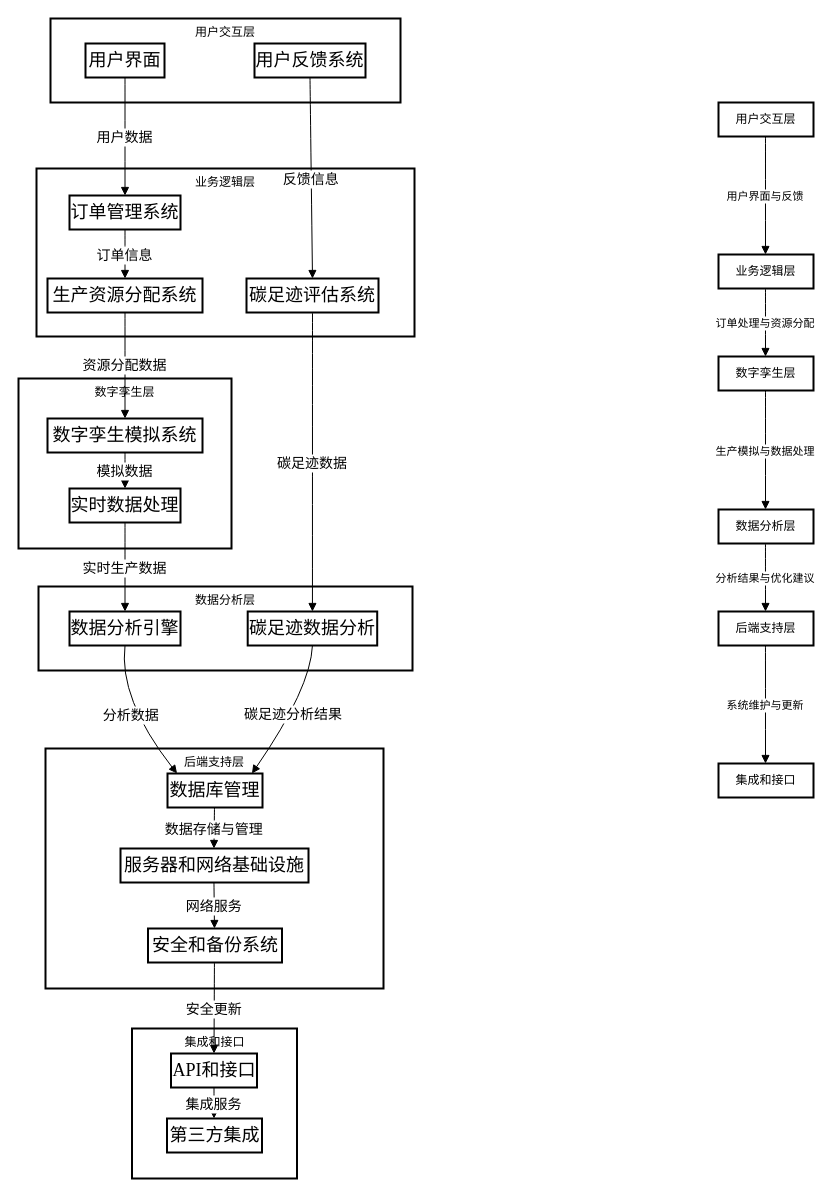
LFNing/General keeps this draw.io diagram as BB架构图.drawio. Above is the earlier version. Source tidied: cells renumbered, new cells numbered last; positions are measured from the earlier drawing's top-left corner, leaving out a move shared by most shapes. Both pictures are drawn from the tidied source at 100%, with x=0, y=0 at pixel (18, 18).
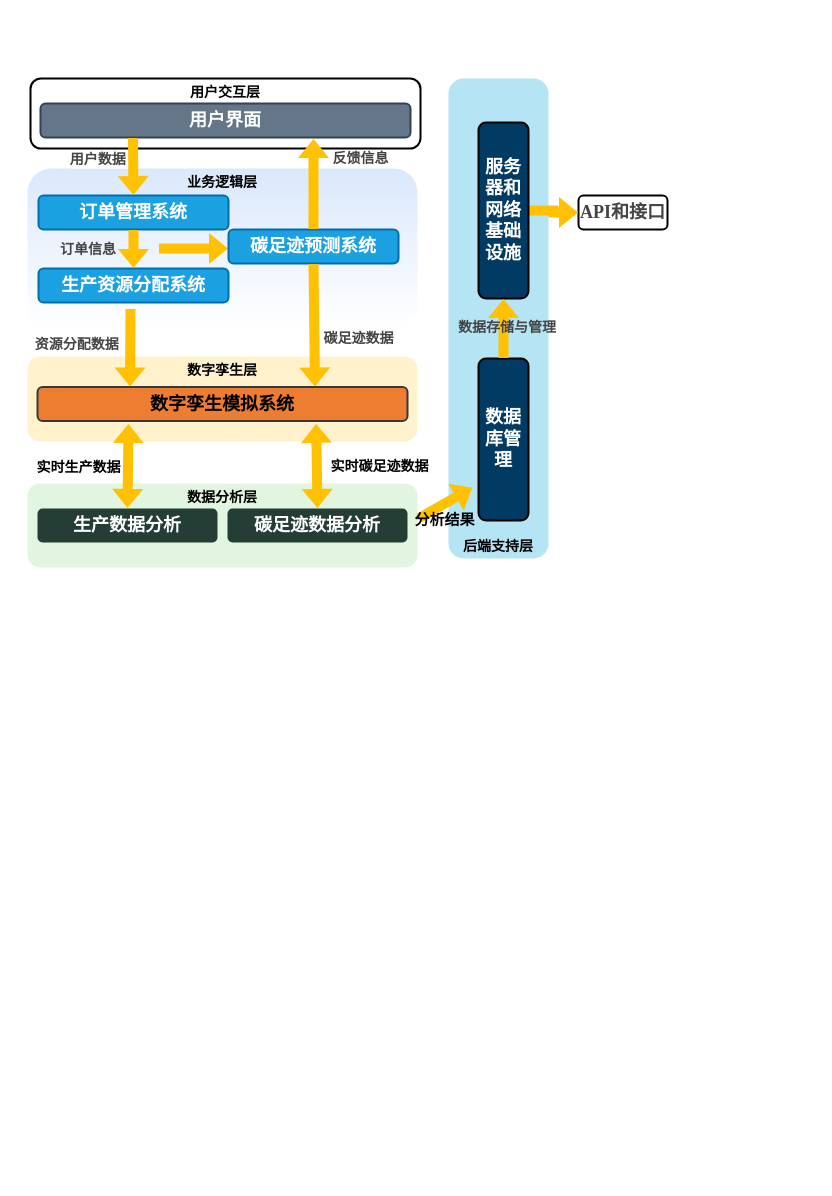
After the change.

Commit message:
更新BB架构图.drawio

What changed in the source:
```diff
@@
-    <mxCell id="2" value="集成和接口" style="whiteSpace=wrap;strokeWidth=2;verticalAlign=top;" parent="1" vertex="1">
-      <mxGeometry x="113.5" y="1010" width="165" height="150" as="geometry" />
-    </mxCell>
-    <mxCell id="3" value="API和接口" style="whiteSpace=wrap;strokeWidth=2;fontSize=18;fontFamily=Times New Roman;" parent="1" vertex="1">
-      <mxGeometry x="152.5" y="1035" width="86" height="34" as="geometry" />
+    <mxCell id="3" value="API和接口" style="whiteSpace=wrap;strokeWidth=2;fontSize=18;fontFamily=Times New Roman;fontColor=#444444;rounded=1;fontStyle=1;" parent="1" vertex="1">
+      <mxGeometry x="560" y="177" width="89" height="34" as="geometry" />
     </mxCell>
-    <mxCell id="4" value="第三方集成" style="whiteSpace=wrap;strokeWidth=2;fontSize=18;fontFamily=Times New Roman;" parent="1" vertex="1">
-      <mxGeometry x="148.5" y="1100" width="95" height="34" as="geometry" />
-    </mxCell>
-    <mxCell id="5" value="后端支持层" style="whiteSpace=wrap;strokeWidth=2;verticalAlign=top;" parent="1" vertex="1">
-      <mxGeometry x="27" y="730" width="338" height="240" as="geometry" />
+    <mxCell id="5" value="后端支持层" style="whiteSpace=wrap;strokeWidth=2;verticalAlign=bottom;fontFamily=Times New Roman;fontSize=14;rounded=1;fontStyle=1;fillColor=#B5E5F5;strokeColor=none;" parent="1" vertex="1">
+      <mxGeometry x="430" y="60" width="100" height="480" as="geometry" />
     </mxCell>
-    <mxCell id="6" value="数据库管理" style="whiteSpace=wrap;strokeWidth=2;fontSize=18;fontFamily=Times New Roman;" parent="1" vertex="1">
-      <mxGeometry x="149" y="755" width="95" height="34" as="geometry" />
+    <mxCell id="6" value="数据库管理" style="whiteSpace=wrap;strokeWidth=2;fontSize=18;fontFamily=Times New Roman;fontColor=#FFFFFF;rounded=1;fontStyle=1;fillColor=#013a63;" parent="1" vertex="1">
+      <mxGeometry x="460" y="340" width="50" height="162" as="geometry" />
     </mxCell>
+    <mxCell id="46" style="edgeStyle=orthogonalEdgeStyle;rounded=0;jettySize=auto;html=1;fontFamily=Times New Roman;fontColor=#444444;fontStyle=1;shape=flexArrow;endArrow=block;fontSize=14;strokeColor=none;startArrow=none;fillColor=#ffc101;" parent="1" edge="1" source="7" target="3">
+      <mxGeometry relative="1" as="geometry" />
+    </mxCell>
-    <mxCell id="7" value="服务器和网络基础设施" style="whiteSpace=wrap;strokeWidth=2;fontSize=18;fontFamily=Times New Roman;" parent="1" vertex="1">
-      <mxGeometry x="102" y="830" width="188" height="34" as="geometry" />
+    <mxCell id="7" value="服务器和网络基础设施" style="whiteSpace=wrap;strokeWidth=2;fontSize=18;fontFamily=Times New Roman;fontColor=#FFFFFF;rounded=1;fontStyle=1;fillColor=#013a63;" parent="1" vertex="1">
+      <mxGeometry x="460" y="104" width="50" height="176" as="geometry" />
     </mxCell>
-    <mxCell id="8" value="安全和备份系统" style="whiteSpace=wrap;strokeWidth=2;fontSize=18;fontFamily=Times New Roman;" parent="1" vertex="1">
-      <mxGeometry x="129.5" y="910" width="134" height="34" as="geometry" />
-    </mxCell>
-    <mxCell id="9" value="数据分析层" style="whiteSpace=wrap;strokeWidth=2;verticalAlign=top;" parent="1" vertex="1">
-      <mxGeometry x="20" y="568" width="374" height="84" as="geometry" />
+    <mxCell id="9" value="数据分析层" style="whiteSpace=wrap;strokeWidth=2;verticalAlign=top;fontFamily=Times New Roman;fontSize=14;rounded=1;shadow=0;glass=0;fillColor=#E1F5E0;strokeColor=none;fontStyle=1;" parent="1" vertex="1">
+      <mxGeometry x="9" y="464.9" width="390" height="84" as="geometry" />
     </mxCell>
-    <mxCell id="10" value="数据分析引擎" style="whiteSpace=wrap;strokeWidth=2;fontSize=18;fontFamily=Times New Roman;" parent="1" vertex="1">
-      <mxGeometry x="51" y="593" width="111" height="34" as="geometry" />
+    <mxCell id="10" value="生产数据分析" style="whiteSpace=wrap;strokeWidth=2;fontSize=18;fontFamily=Times New Roman;fontColor=#FFFFFF;rounded=1;fillColor=#243e36;strokeColor=none;fontStyle=1;" parent="1" vertex="1">
+      <mxGeometry x="19" y="489.9" width="180" height="34" as="geometry" />
     </mxCell>
-    <mxCell id="11" value="碳足迹数据分析" style="whiteSpace=wrap;strokeWidth=2;fontSize=18;fontFamily=Times New Roman;" parent="1" vertex="1">
-      <mxGeometry x="229.2" y="593" width="129.5" height="34" as="geometry" />
+    <mxCell id="11" value="碳足迹数据分析" style="whiteSpace=wrap;strokeWidth=2;fontSize=18;fontFamily=Times New Roman;fontColor=#FFFFFF;rounded=1;fillColor=#243e36;strokeColor=none;fontStyle=1;" parent="1" vertex="1">
+      <mxGeometry x="209" y="489.9" width="180" height="34" as="geometry" />
     </mxCell>
-    <mxCell id="12" value="数字孪生层" style="whiteSpace=wrap;strokeWidth=2;verticalAlign=top;" parent="1" vertex="1">
-      <mxGeometry y="360" width="213" height="170" as="geometry" />
+    <mxCell id="12" value="数字孪生层" style="whiteSpace=wrap;strokeWidth=2;verticalAlign=top;fontFamily=Times New Roman;fontSize=14;rounded=1;fillColor=#fff2cc;strokeColor=none;fontStyle=1;" parent="1" vertex="1">
+      <mxGeometry x="9" y="338" width="390" height="85" as="geometry" />
     </mxCell>
-    <mxCell id="13" value="数字孪生模拟系统" style="whiteSpace=wrap;strokeWidth=2;fontSize=18;fontFamily=Times New Roman;" parent="1" vertex="1">
-      <mxGeometry x="29" y="400" width="155" height="34" as="geometry" />
+    <mxCell id="13" value="数字孪生模拟系统" style="whiteSpace=wrap;strokeWidth=2;fontSize=18;fontFamily=Times New Roman;rounded=1;fillColor=#ed7d31;strokeColor=#36393d;fontStyle=1;" parent="1" vertex="1">
+      <mxGeometry x="19" y="368.5" width="370" height="34" as="geometry" />
     </mxCell>
-    <mxCell id="14" value="实时数据处理" style="whiteSpace=wrap;strokeWidth=2;fontSize=18;fontFamily=Times New Roman;" parent="1" vertex="1">
-      <mxGeometry x="51" y="470" width="111" height="34" as="geometry" />
-    </mxCell>
-    <mxCell id="15" value="业务逻辑层" style="whiteSpace=wrap;strokeWidth=2;verticalAlign=top;" parent="1" vertex="1">
-      <mxGeometry x="18" y="150" width="378" height="168" as="geometry" />
+    <mxCell id="15" value="业务逻辑层" style="whiteSpace=wrap;strokeWidth=2;verticalAlign=top;fontFamily=Times New Roman;fontSize=14;rounded=1;fillColor=#dae8fc;strokeColor=none;fontStyle=1;gradientColor=#FFFFFF;" parent="1" vertex="1">
+      <mxGeometry x="9" y="150" width="390" height="160" as="geometry" />
     </mxCell>
+    <mxCell id="47" style="rounded=0;orthogonalLoop=1;jettySize=auto;html=1;fontColor=#444444;fontStyle=1;labelBackgroundColor=default;endArrow=block;fontSize=14;fontFamily=Times New Roman;startArrow=none;shape=flexArrow;strokeColor=none;fillColor=#ffc101;" parent="1" edge="1">
+      <mxGeometry relative="1" as="geometry">
+        <mxPoint x="140" y="230" as="sourcePoint" />
+        <mxPoint x="210" y="230" as="targetPoint" />
+      </mxGeometry>
+    </mxCell>
-    <mxCell id="16" value="订单管理系统" style="whiteSpace=wrap;strokeWidth=2;fontSize=18;fontFamily=Times New Roman;" parent="1" vertex="1">
-      <mxGeometry x="51" y="177" width="111" height="34" as="geometry" />
+    <mxCell id="16" value="订单管理系统" style="whiteSpace=wrap;strokeWidth=2;fontSize=18;fontFamily=Times New Roman;rounded=1;fillColor=#1ba1e2;strokeColor=#006EAF;fontStyle=1;fontColor=#ffffff;" parent="1" vertex="1">
+      <mxGeometry x="20" y="177" width="190" height="34" as="geometry" />
     </mxCell>
-    <mxCell id="17" value="生产资源分配系统" style="whiteSpace=wrap;strokeWidth=2;fontSize=18;fontFamily=Times New Roman;" parent="1" vertex="1">
-      <mxGeometry x="29" y="260" width="155" height="34" as="geometry" />
+    <mxCell id="17" value="生产资源分配系统" style="whiteSpace=wrap;strokeWidth=2;fontSize=18;fontFamily=Times New Roman;rounded=1;fillColor=#1ba1e2;strokeColor=#006EAF;fontStyle=1;fontColor=#ffffff;" parent="1" vertex="1">
+      <mxGeometry x="20" y="250" width="190" height="34" as="geometry" />
     </mxCell>
-    <mxCell id="18" value="碳足迹评估系统" style="whiteSpace=wrap;strokeWidth=2;fontSize=18;fontFamily=Times New Roman;" parent="1" vertex="1">
-      <mxGeometry x="228" y="260" width="132" height="34" as="geometry" />
+    <mxCell id="18" value="碳足迹预测系统" style="whiteSpace=wrap;strokeWidth=2;fontSize=18;fontFamily=Times New Roman;rounded=1;fillColor=#1ba1e2;strokeColor=#006EAF;fontStyle=1;fontColor=#ffffff;" parent="1" vertex="1">
+      <mxGeometry x="210" y="211" width="170" height="34" as="geometry" />
     </mxCell>
-    <mxCell id="19" value="用户交互层" style="whiteSpace=wrap;strokeWidth=2;verticalAlign=top;" parent="1" vertex="1">
-      <mxGeometry x="32" width="350" height="84" as="geometry" />
+    <mxCell id="19" value="用户交互层" style="whiteSpace=wrap;strokeWidth=2;verticalAlign=top;fontFamily=Times New Roman;fontSize=14;rounded=1;fontStyle=1;" parent="1" vertex="1">
+      <mxGeometry x="12" y="60" width="390" height="70" as="geometry" />
     </mxCell>
-    <mxCell id="20" value="用户界面" style="whiteSpace=wrap;strokeWidth=2;fontFamily=Times New Roman;fontSize=18;" parent="1" vertex="1">
-      <mxGeometry x="67" y="25" width="79" height="34" as="geometry" />
+    <mxCell id="20" value="用户界面" style="whiteSpace=wrap;strokeWidth=2;fontFamily=Times New Roman;fontSize=18;fontColor=#ffffff;rounded=1;fillColor=#647687;strokeColor=#314354;fontStyle=1;" parent="1" vertex="1">
+      <mxGeometry x="22" y="85" width="370" height="34" as="geometry" />
     </mxCell>
-    <mxCell id="21" value="用户反馈系统" style="whiteSpace=wrap;strokeWidth=2;fontSize=18;fontFamily=Times New Roman;" parent="1" vertex="1">
-      <mxGeometry x="236" y="25" width="111" height="34" as="geometry" />
-    </mxCell>
-    <mxCell id="22" value="用户交互层" style="whiteSpace=wrap;strokeWidth=2;" parent="1" vertex="1">
-      <mxGeometry x="700" y="84" width="95" height="34" as="geometry" />
-    </mxCell>
-    <mxCell id="23" value="业务逻辑层" style="whiteSpace=wrap;strokeWidth=2;" parent="1" vertex="1">
-      <mxGeometry x="700" y="236" width="95" height="34" as="geometry" />
-    </mxCell>
-    <mxCell id="24" value="数字孪生层" style="whiteSpace=wrap;strokeWidth=2;" parent="1" vertex="1">
-      <mxGeometry x="700" y="338" width="95" height="34" as="geometry" />
-    </mxCell>
-    <mxCell id="25" value="数据分析层" style="whiteSpace=wrap;strokeWidth=2;" parent="1" vertex="1">
-      <mxGeometry x="700" y="491" width="95" height="34" as="geometry" />
-    </mxCell>
-    <mxCell id="26" value="后端支持层" style="whiteSpace=wrap;strokeWidth=2;" parent="1" vertex="1">
-      <mxGeometry x="700" y="593" width="95" height="34" as="geometry" />
-    </mxCell>
-    <mxCell id="27" value="集成和接口" style="whiteSpace=wrap;strokeWidth=2;" parent="1" vertex="1">
-      <mxGeometry x="700" y="745" width="95" height="34" as="geometry" />
-    </mxCell>
-    <mxCell id="28" value="用户界面与反馈" style="curved=1;startArrow=none;endArrow=block;exitX=0.49473684210526314;exitY=0.9880514705882353;entryX=0.49473684210526314;entryY=0.0055147058823529415;rounded=0;" parent="1" edge="1" source="22" target="23">
-      <mxGeometry relative="1" as="geometry" />
-    </mxCell>
-    <mxCell id="29" value="订单处理与资源分配" style="curved=1;startArrow=none;endArrow=block;exitX=0.49473684210526314;exitY=0.9935661764705882;entryX=0.49473684210526314;entryY=0.011029411764705883;rounded=0;" parent="1" edge="1" source="23" target="24">
-      <mxGeometry relative="1" as="geometry" />
-    </mxCell>
-    <mxCell id="30" value="生产模拟与数据处理" style="curved=1;startArrow=none;endArrow=block;exitX=0.49473684210526314;exitY=0.9990808823529411;entryX=0.49473684210526314;entryY=-0.012867647058823529;rounded=0;" parent="1" edge="1" source="24" target="25">
-      <mxGeometry relative="1" as="geometry" />
-    </mxCell>
-    <mxCell id="31" value="分析结果与优化建议" style="curved=1;startArrow=none;endArrow=block;exitX=0.49473684210526314;exitY=0.9751838235294118;entryX=0.49473684210526314;entryY=-0.007352941176470588;rounded=0;" parent="1" edge="1" source="25" target="26">
-      <mxGeometry relative="1" as="geometry" />
-    </mxCell>
-    <mxCell id="32" value="系统维护与更新" style="curved=1;startArrow=none;endArrow=block;exitX=0.49473684210526314;exitY=0.9806985294117647;entryX=0.49473684210526314;entryY=-0.001838235294117647;rounded=0;" parent="1" edge="1" source="26" target="27">
-      <mxGeometry relative="1" as="geometry" />
-    </mxCell>
-    <mxCell id="33" value="用户数据" style="curved=1;startArrow=none;endArrow=block;exitX=0.5;exitY=0.9880514705882353;entryX=0.5;entryY=0.0055147058823529415;rounded=0;fontFamily=Times New Roman;fontSize=14;" parent="1" edge="1" source="20" target="16">
-      <mxGeometry relative="1" as="geometry" />
+    <mxCell id="33" value="用户数据" style="curved=1;startArrow=none;endArrow=block;entryX=0.5;entryY=0.0055147058823529415;rounded=0;fontFamily=Times New Roman;fontSize=14;fontColor=#444444;fontStyle=1;shape=flexArrow;exitX=0.25;exitY=1;exitDx=0;exitDy=0;fillColor=#ffc101;strokeColor=none;" parent="1" edge="1" source="20" target="16">
+      <mxGeometry x="-0.29" y="-35" relative="1" as="geometry" />
     </mxCell>
-    <mxCell id="34" value="反馈信息" style="curved=1;startArrow=none;endArrow=block;exitX=0.5;exitY=0.9880514705882353;entryX=0.5;entryY=0.011029411764705883;rounded=0;fontSize=14;fontFamily=Times New Roman;" parent="1" edge="1" source="21" target="18">
-      <mxGeometry relative="1" as="geometry" />
-    </mxCell>
-    <mxCell id="35" value="订单信息" style="curved=1;startArrow=none;endArrow=block;exitX=0.5;exitY=0.9935661764705882;entryX=0.5;entryY=0.011029411764705883;rounded=0;fontSize=14;fontFamily=Times New Roman;" parent="1" edge="1" source="16" target="17">
-      <mxGeometry relative="1" as="geometry" />
+    <mxCell id="35" value="订单信息" style="curved=1;startArrow=none;endArrow=block;exitX=0.5;exitY=0.9935661764705882;entryX=0.5;entryY=0.011029411764705883;rounded=0;fontSize=14;fontFamily=Times New Roman;fontColor=#444444;labelBackgroundColor=none;fontStyle=1;shape=flexArrow;strokeColor=none;fillColor=#ffc101;" parent="1" edge="1" source="16" target="17">
+      <mxGeometry x="-0.03" y="-45" relative="1" as="geometry" />
     </mxCell>
-    <mxCell id="36" value="资源分配数据" style="curved=1;startArrow=none;endArrow=block;exitX=0.5;exitY=0.9990808823529411;entryX=0.5;entryY=-0.012867647058823529;rounded=0;fontSize=14;fontFamily=Times New Roman;" parent="1" edge="1" source="17" target="13">
-      <mxGeometry x="-0.01" relative="1" as="geometry" />
+    <mxCell id="36" value="资源分配数据" style="startArrow=none;endArrow=block;entryX=0.25;entryY=0;rounded=0;fontSize=14;fontFamily=Times New Roman;entryDx=0;entryDy=0;fontColor=#444444;fontStyle=1;shape=flexArrow;strokeColor=none;fillColor=#ffc101;" parent="1" edge="1" target="13">
+      <mxGeometry x="-0.1" y="-53" relative="1" as="geometry">
+        <mxPoint x="112" y="290" as="sourcePoint" />
+      </mxGeometry>
     </mxCell>
-    <mxCell id="37" value="模拟数据" style="curved=1;startArrow=none;endArrow=block;exitX=0.5;exitY=0.9751838235294118;entryX=0.5;entryY=-0.007352941176470588;rounded=0;fontSize=14;fontFamily=Times New Roman;" parent="1" edge="1" source="13" target="14">
-      <mxGeometry relative="1" as="geometry" />
-    </mxCell>
+    <mxCell id="42" value="数据存储与管理" style="curved=1;startArrow=none;endArrow=block;rounded=0;fontSize=14;fontFamily=Times New Roman;fontColor=#444444;fontStyle=1;shape=flexArrow;labelBackgroundColor=none;strokeColor=none;fillColor=#ffc101;exitX=0.5;exitY=0;exitDx=0;exitDy=0;" parent="1" edge="1" source="6" target="7">
+      <mxGeometry x="0.08" y="-4" relative="1" as="geometry" />
+    </mxCell>
+    <mxCell id="48" style="endArrow=block;html=1;exitX=0.5;exitY=1;exitDx=0;exitDy=0;entryX=0.75;entryY=0;entryDx=0;entryDy=0;fontColor=#444444;rounded=0;fontStyle=1;shape=flexArrow;fontSize=14;fontFamily=Times New Roman;strokeColor=none;startArrow=none;fillColor=#ffc101;" parent="1" edge="1" source="18" target="13">
+      <mxGeometry relative="1" as="geometry" />
+    </mxCell>
+    <mxCell id="39" value="碳足迹数据" style="edgeLabel;html=1;align=center;verticalAlign=middle;endArrow=block;fontSize=14;fontFamily=Times New Roman;rounded=0;strokeColor=default;startArrow=none;fontColor=#444444;fontStyle=1;" parent="48" vertex="1">
+      <mxGeometry x="-0.18" y="-6" relative="1" as="geometry">
+        <mxPoint x="50" y="24" as="offset" />
+      </mxGeometry>
+    </mxCell>
+    <mxCell id="49" style="endArrow=block;html=1;rounded=0;exitX=0.5;exitY=0;exitDx=0;exitDy=0;fontColor=#444444;fontStyle=1;shape=flexArrow;fontSize=14;fontFamily=Times New Roman;strokeColor=none;startArrow=none;fillColor=#ffc101;" parent="1" edge="1" source="18">
+      <mxGeometry relative="1" as="geometry">
+        <mxPoint x="295" y="120" as="targetPoint" />
+      </mxGeometry>
+    </mxCell>
+    <mxCell id="34" value="反馈信息" style="edgeLabel;html=1;align=center;verticalAlign=middle;endArrow=block;fontSize=14;fontFamily=Times New Roman;rounded=0;strokeColor=none;startArrow=none;fontColor=#444444;fontStyle=1;fillColor=#ffc101;" parent="49" vertex="1">
+      <mxGeometry x="0.14" relative="1" as="geometry">
+        <mxPoint x="46" y="-19" as="offset" />
+      </mxGeometry>
+    </mxCell>
+    <mxCell id="50" style="shape=flexArrow;endArrow=classic;startArrow=classic;html=1;rounded=0;entryX=0.5;entryY=0;entryDx=0;entryDy=0;exitX=0.753;exitY=1.07;exitDx=0;exitDy=0;fontStyle=1;strokeColor=none;fillColor=#FFC101;exitPerimeter=0;" parent="1" edge="1" source="13" target="11">
+      <mxGeometry relative="1" as="geometry" />
+    </mxCell>
+    <mxCell id="51" value="&lt;font style=&quot;font-size: 14px;&quot;&gt;实时碳足迹数据&lt;/font&gt;" style="edgeLabel;html=1;align=center;verticalAlign=middle;fontFamily=Times New Roman;fontStyle=1;" parent="50" vertex="1">
+      <mxGeometry x="0.28" y="-2" relative="1" as="geometry">
+        <mxPoint x="64" y="-10" as="offset" />
+      </mxGeometry>
+    </mxCell>
+    <mxCell id="52" style="shape=flexArrow;endArrow=classic;startArrow=classic;html=1;rounded=0;entryX=0.5;entryY=0;entryDx=0;entryDy=0;exitX=0.246;exitY=1.074;exitDx=0;exitDy=0;fontStyle=1;fillColor=#FFC101;strokeColor=none;exitPerimeter=0;" parent="1" edge="1" source="13" target="10">
+      <mxGeometry relative="1" as="geometry" />
+    </mxCell>
-    <mxCell id="38" value="实时生产数据" style="curved=1;startArrow=none;endArrow=block;exitX=0.5;exitY=0.9806985294117647;entryX=0.5;entryY=-0.001838235294117647;rounded=0;fontSize=14;fontFamily=Times New Roman;" parent="1" edge="1" source="14" target="10">
-      <mxGeometry relative="1" as="geometry" />
+    <mxCell id="38" value="&lt;font style=&quot;font-size: 14px;&quot;&gt;实时生产数据&lt;/font&gt;" style="edgeLabel;html=1;align=center;verticalAlign=middle;fontFamily=Times New Roman;fontStyle=1;" parent="52" vertex="1">
+      <mxGeometry x="0.28" y="-2" relative="1" as="geometry">
+        <mxPoint x="-48" y="-9" as="offset" />
+      </mxGeometry>
     </mxCell>
-    <mxCell id="39" value="碳足迹数据" style="curved=1;startArrow=none;endArrow=block;exitX=0.5;exitY=0.9990808823529411;entryX=0.5;entryY=-0.001838235294117647;rounded=0;fontSize=14;fontFamily=Times New Roman;" parent="1" edge="1" source="18" target="11">
-      <mxGeometry relative="1" as="geometry" />
-    </mxCell>
-    <mxCell id="40" value="分析数据" style="curved=1;startArrow=none;endArrow=block;exitX=0.5;exitY=0.9862132352941176;entryX=0.10344318740777173;entryY=0.003676470588235294;rounded=0;fontSize=14;fontFamily=Times New Roman;" parent="1" edge="1" source="10" target="6">
-      <mxGeometry relative="1" as="geometry">
-        <Array as="points">
-          <mxPoint x="100" y="680" />
-        </Array>
-      </mxGeometry>
-    </mxCell>
-    <mxCell id="41" value="碳足迹分析结果" style="curved=1;startArrow=none;endArrow=block;exitX=0.5;exitY=0.9862132352941176;entryX=0.8860304968027546;entryY=0.003676470588235294;rounded=0;fontSize=14;fontFamily=Times New Roman;" parent="1" edge="1" source="11" target="6">
-      <mxGeometry relative="1" as="geometry">
-        <Array as="points">
-          <mxPoint x="292" y="670" />
-        </Array>
-      </mxGeometry>
-    </mxCell>
-    <mxCell id="42" value="数据存储与管理" style="curved=1;startArrow=none;endArrow=block;exitX=0.49473684210526314;exitY=0.9917279411764706;entryX=0.49714285714285716;entryY=0.009191176470588236;rounded=0;fontSize=14;fontFamily=Times New Roman;" parent="1" edge="1" source="6" target="7">
-      <mxGeometry relative="1" as="geometry" />
-    </mxCell>
-    <mxCell id="43" value="网络服务" style="curved=1;startArrow=none;endArrow=block;exitX=0.49714285714285716;exitY=0.9972426470588235;entryX=0.49606299212598426;entryY=-0.014705882352941176;rounded=0;fontSize=14;fontFamily=Times New Roman;" parent="1" edge="1" source="7" target="8">
-      <mxGeometry relative="1" as="geometry" />
-    </mxCell>
-    <mxCell id="44" value="安全更新" style="curved=1;startArrow=none;endArrow=block;exitX=0.49606299212598426;exitY=0.9733455882352942;entryX=0.5;entryY=-0.009191176470588236;rounded=0;fontSize=14;fontFamily=Times New Roman;" parent="1" edge="1" source="8" target="3">
-      <mxGeometry relative="1" as="geometry" />
-    </mxCell>
-    <mxCell id="45" value="集成服务" style="curved=1;startArrow=none;endArrow=block;exitX=0.5;exitY=0.9788602941176471;entryX=0.49473684210526314;entryY=-0.003676470588235294;rounded=0;fontSize=14;fontFamily=Times New Roman;" parent="1" edge="1" source="3" target="4">
-      <mxGeometry relative="1" as="geometry" />
-    </mxCell>
+    <mxCell id="53" style="endArrow=block;html=1;entryX=-0.112;entryY=0.796;entryDx=0;entryDy=0;fontColor=#444444;rounded=0;fontStyle=1;shape=flexArrow;fontSize=14;fontFamily=Times New Roman;strokeColor=none;startArrow=none;fillColor=#ffc101;entryPerimeter=0;" parent="1" edge="1" target="6">
+      <mxGeometry relative="1" as="geometry">
+        <mxPoint x="400" y="500" as="sourcePoint" />
+      </mxGeometry>
+    </mxCell>
+    <mxCell id="54" value="分析结果" style="edgeLabel;html=1;align=center;verticalAlign=middle;fontFamily=Times New Roman;fontStyle=1;fontSize=15;labelBackgroundColor=none;" parent="53" vertex="1">
+      <mxGeometry x="-0.03" relative="1" as="geometry">
+        <mxPoint x="-1" y="15" as="offset" />
+      </mxGeometry>
+    </mxCell>
```
